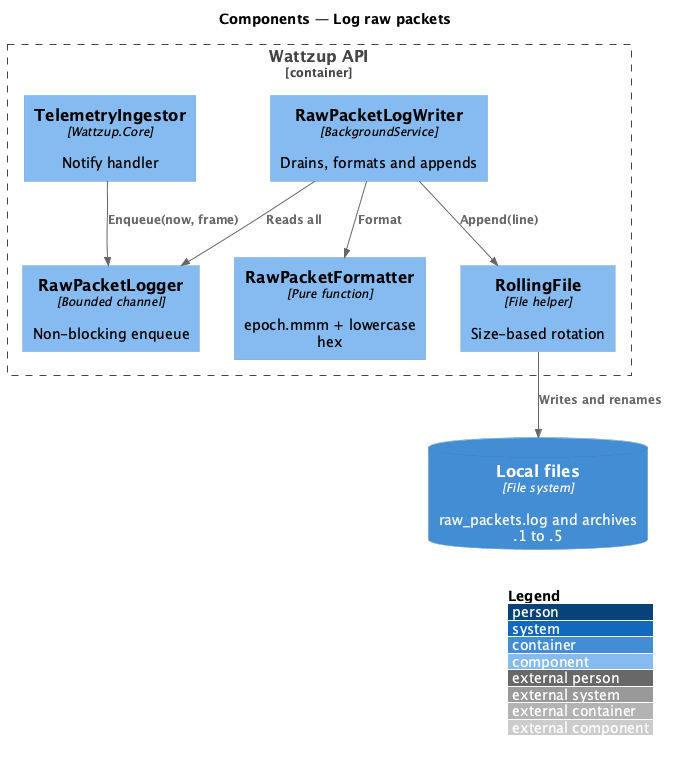
QuinntyneBrown/ride-one keeps this PlantUML diagram as docs/detailed-designs/telemetry/log-raw-packets/diagrams/c4-component.png. Above is the earlier version.
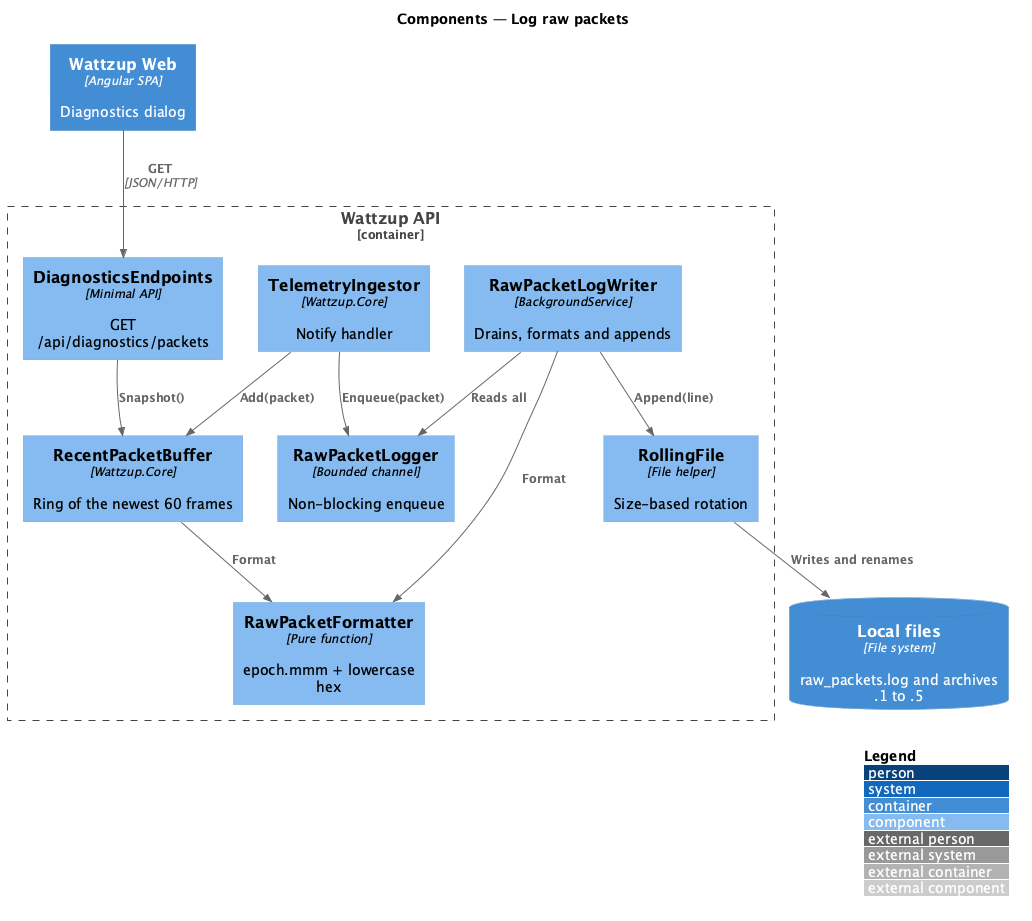
After the change.

Diff of the diagram source:
```diff
@@ -3,18 +3,25 @@
 LAYOUT_WITH_LEGEND()
 title Components — Log raw packets
 
+Container(web, "Wattzup Web", "Angular SPA", "Diagnostics dialog")
 Container_Boundary(api, "Wattzup API") {
   Component(ing, "TelemetryIngestor", "Wattzup.Core", "Notify handler")
   Component(logger, "RawPacketLogger", "Bounded channel", "Non-blocking enqueue")
   Component(writer, "RawPacketLogWriter", "BackgroundService", "Drains, formats and appends")
   Component(fmt, "RawPacketFormatter", "Pure function", "epoch.mmm + lowercase hex")
   Component(roll, "RollingFile", "File helper", "Size-based rotation")
+  Component(recent, "RecentPacketBuffer", "Wattzup.Core", "Ring of the newest 60 frames")
+  Component(ep, "DiagnosticsEndpoints", "Minimal API", "GET /api/diagnostics/packets")
 }
 ContainerDb(files, "Local files", "File system", "raw_packets.log and archives .1 to .5")
 
-Rel(ing, logger, "Enqueue(now, frame)")
+Rel(ing, logger, "Enqueue(packet)")
+Rel(ing, recent, "Add(packet)")
 Rel(writer, logger, "Reads all")
 Rel(writer, fmt, "Format")
 Rel(writer, roll, "Append(line)")
 Rel(roll, files, "Writes and renames")
+Rel(web, ep, "GET", "JSON/HTTP")
+Rel(ep, recent, "Snapshot()")
+Rel(recent, fmt, "Format")
 @enduml
```
